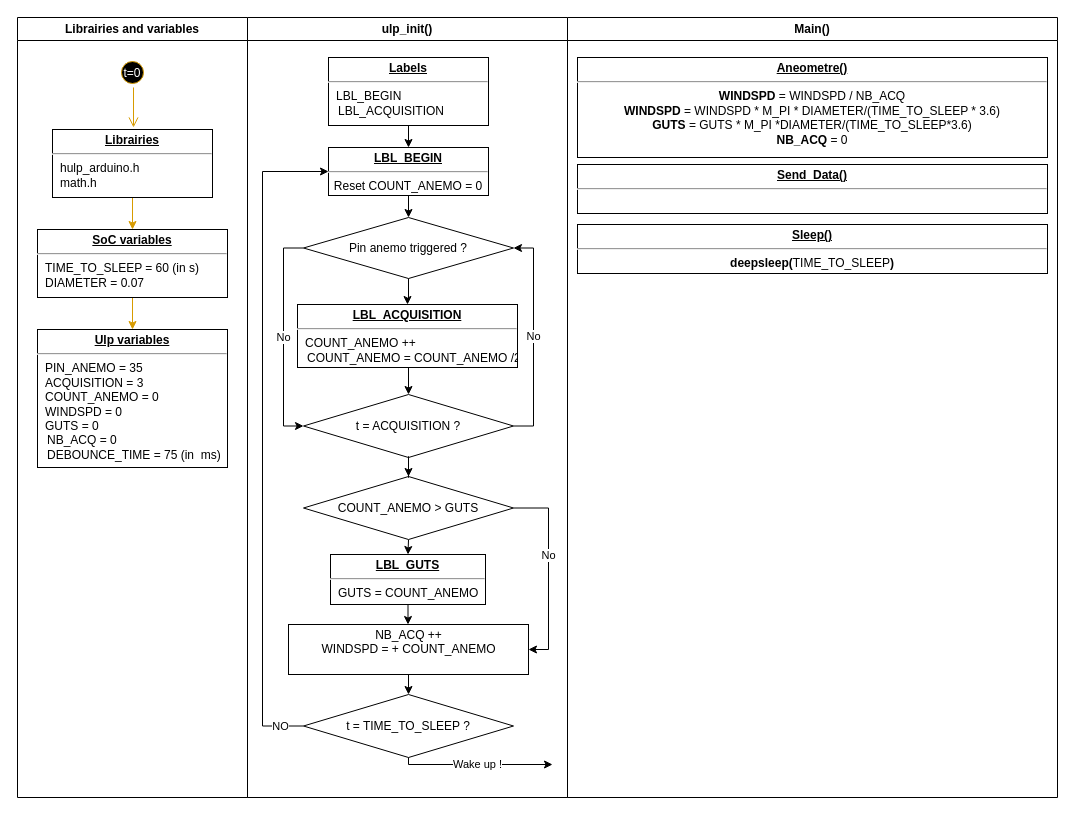
Above: Untitled Diagram.drawio in laguill/Rain-gauge-ulp-esp32 (draw.io), before the change. Source tidied: cells renumbered, new cells numbered last; positions are measured from the earlier drawing's top-left corner, leaving out a move shared by most shapes. Both pictures are drawn from the tidied source at 100%, with x=0, y=0 at pixel (17, 17).
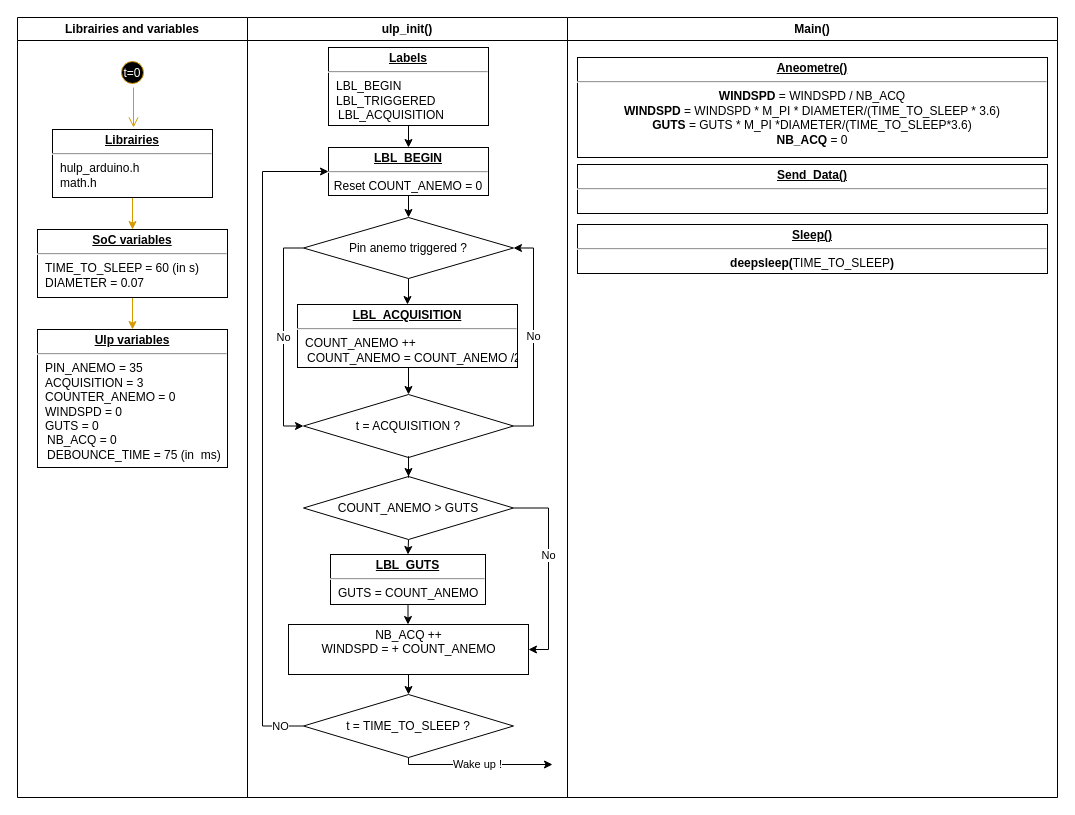
After the change.

The change refers to these unchanged cells:
```xml
<mxCell id="2" value="Librairies and variables" style="swimlane;whiteSpace=wrap;" parent="1" vertex="1">
  <mxGeometry width="230" height="780" as="geometry" />
</mxCell>
<mxCell id="10" value="ulp_init()" style="swimlane;whiteSpace=wrap;" parent="1" vertex="1">
  <mxGeometry x="230" width="320" height="780" as="geometry" />
</mxCell>
```

Diff of the diagram source:
```diff
@@
-    <mxCell id="9" value="&lt;p style=&quot;margin: 4px 0px 0px ; text-decoration: underline&quot; align=&quot;center&quot;&gt;&lt;b&gt;Ulp variables&lt;/b&gt;&lt;br&gt;&lt;/p&gt;&lt;hr align=&quot;left&quot;&gt;&lt;p style=&quot;margin: 0px ; margin-left: 8px&quot; align=&quot;left&quot;&gt;PIN_ANEMO = 35&lt;br&gt;&lt;/p&gt;&lt;p style=&quot;margin: 0px ; margin-left: 8px&quot; align=&quot;left&quot;&gt;ACQUISITION = 3 &lt;br&gt;&lt;/p&gt;&lt;p style=&quot;margin: 0px ; margin-left: 8px&quot; align=&quot;left&quot;&gt;COUNT_ANEMO = 0&lt;/p&gt;&lt;p style=&quot;margin: 0px ; margin-left: 8px&quot; align=&quot;left&quot;&gt;WINDSPD = 0&lt;/p&gt;&lt;p style=&quot;margin: 0px ; margin-left: 8px&quot; align=&quot;left&quot;&gt;GUTS = 0&lt;/p&gt;&lt;div align=&quot;left&quot;&gt;&amp;nbsp;&amp;nbsp; NB_ACQ = 0&lt;/div&gt;&lt;div align=&quot;left&quot;&gt;&amp;nbsp;&amp;nbsp; DEBOUNCE_TIME = 75 (in&amp;nbsp; ms)&lt;br&gt;&lt;/div&gt;" style="verticalAlign=top;align=left;overflow=fill;fontSize=12;fontFamily=Helvetica;html=1;" parent="2" vertex="1">
+    <mxCell id="9" value="&lt;p style=&quot;margin: 4px 0px 0px ; text-decoration: underline&quot; align=&quot;center&quot;&gt;&lt;b&gt;Ulp variables&lt;/b&gt;&lt;br&gt;&lt;/p&gt;&lt;hr align=&quot;left&quot;&gt;&lt;p style=&quot;margin: 0px ; margin-left: 8px&quot; align=&quot;left&quot;&gt;PIN_ANEMO = 35&lt;br&gt;&lt;/p&gt;&lt;p style=&quot;margin: 0px ; margin-left: 8px&quot; align=&quot;left&quot;&gt;ACQUISITION = 3 &lt;br&gt;&lt;/p&gt;&lt;p style=&quot;margin: 0px ; margin-left: 8px&quot; align=&quot;left&quot;&gt;COUNTER_ANEMO = 0&lt;/p&gt;&lt;p style=&quot;margin: 0px ; margin-left: 8px&quot; align=&quot;left&quot;&gt;WINDSPD = 0&lt;/p&gt;&lt;p style=&quot;margin: 0px ; margin-left: 8px&quot; align=&quot;left&quot;&gt;GUTS = 0&lt;/p&gt;&lt;div align=&quot;left&quot;&gt;&amp;nbsp;&amp;nbsp; NB_ACQ = 0&lt;/div&gt;&lt;div align=&quot;left&quot;&gt;&amp;nbsp;&amp;nbsp; DEBOUNCE_TIME = 75 (in&amp;nbsp; ms)&lt;br&gt;&lt;/div&gt;" style="verticalAlign=top;align=left;overflow=fill;fontSize=12;fontFamily=Helvetica;html=1;" parent="2" vertex="1">
       <mxGeometry x="20" y="312" width="190" height="138" as="geometry" />
     </mxCell>
@@
-    <mxCell id="11" value="&lt;p style=&quot;margin: 0px ; margin-top: 4px ; text-align: center ; text-decoration: underline&quot;&gt;&lt;b&gt;Labels&lt;/b&gt;&lt;br&gt;&lt;/p&gt;&lt;hr&gt;&lt;p style=&quot;margin: 0px ; margin-left: 8px&quot;&gt;LBL_BEGIN&lt;/p&gt;&amp;nbsp;&amp;nbsp; LBL_ACQUISITION" style="verticalAlign=top;align=left;overflow=fill;fontSize=12;fontFamily=Helvetica;html=1;" parent="10" vertex="1">
-      <mxGeometry x="81" y="40" width="160" height="68" as="geometry" />
+    <mxCell id="11" value="&lt;p style=&quot;margin: 0px ; margin-top: 4px ; text-align: center ; text-decoration: underline&quot;&gt;&lt;b&gt;Labels&lt;/b&gt;&lt;br&gt;&lt;/p&gt;&lt;hr&gt;&lt;p style=&quot;margin: 0px ; margin-left: 8px&quot;&gt;LBL_BEGIN&lt;/p&gt;&lt;p style=&quot;margin: 0px ; margin-left: 8px&quot;&gt;LBL_TRIGGERED&lt;br&gt;&lt;/p&gt;&amp;nbsp;&amp;nbsp; LBL_ACQUISITION" style="verticalAlign=top;align=left;overflow=fill;fontSize=12;fontFamily=Helvetica;html=1;" parent="10" vertex="1">
+      <mxGeometry x="81" y="30" width="160" height="78" as="geometry" />
     </mxCell>
```
